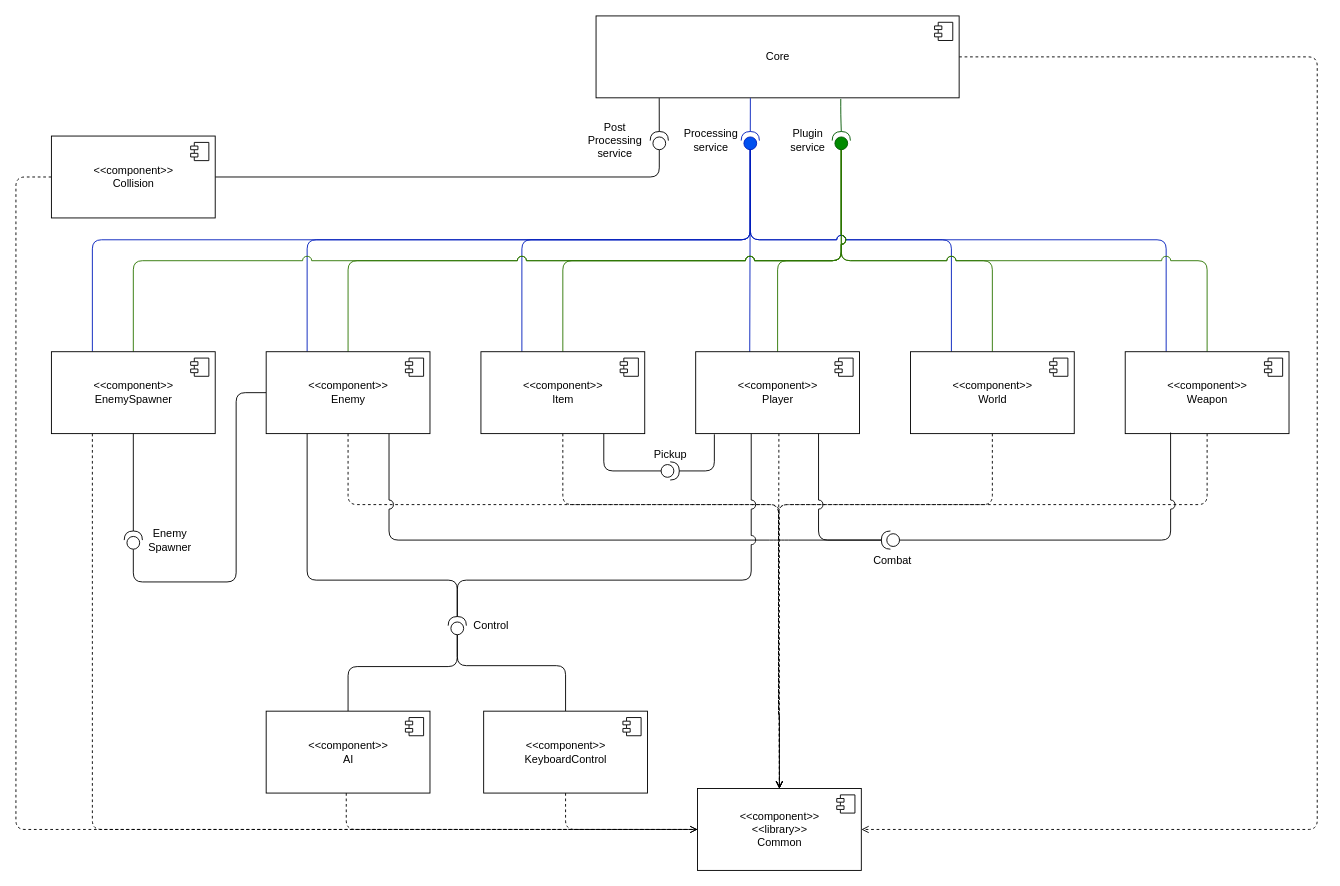
This is docs/diagrams/components.drawio from sesem4/Nelda, a draw.io file, before an edit. Source tidied: cells renumbered, new cells numbered last; positions are measured from the earlier drawing's top-left corner, leaving out a move shared by most shapes. Both pictures are drawn from the tidied source at 91%, with x=0, y=0 at pixel (15, 15).
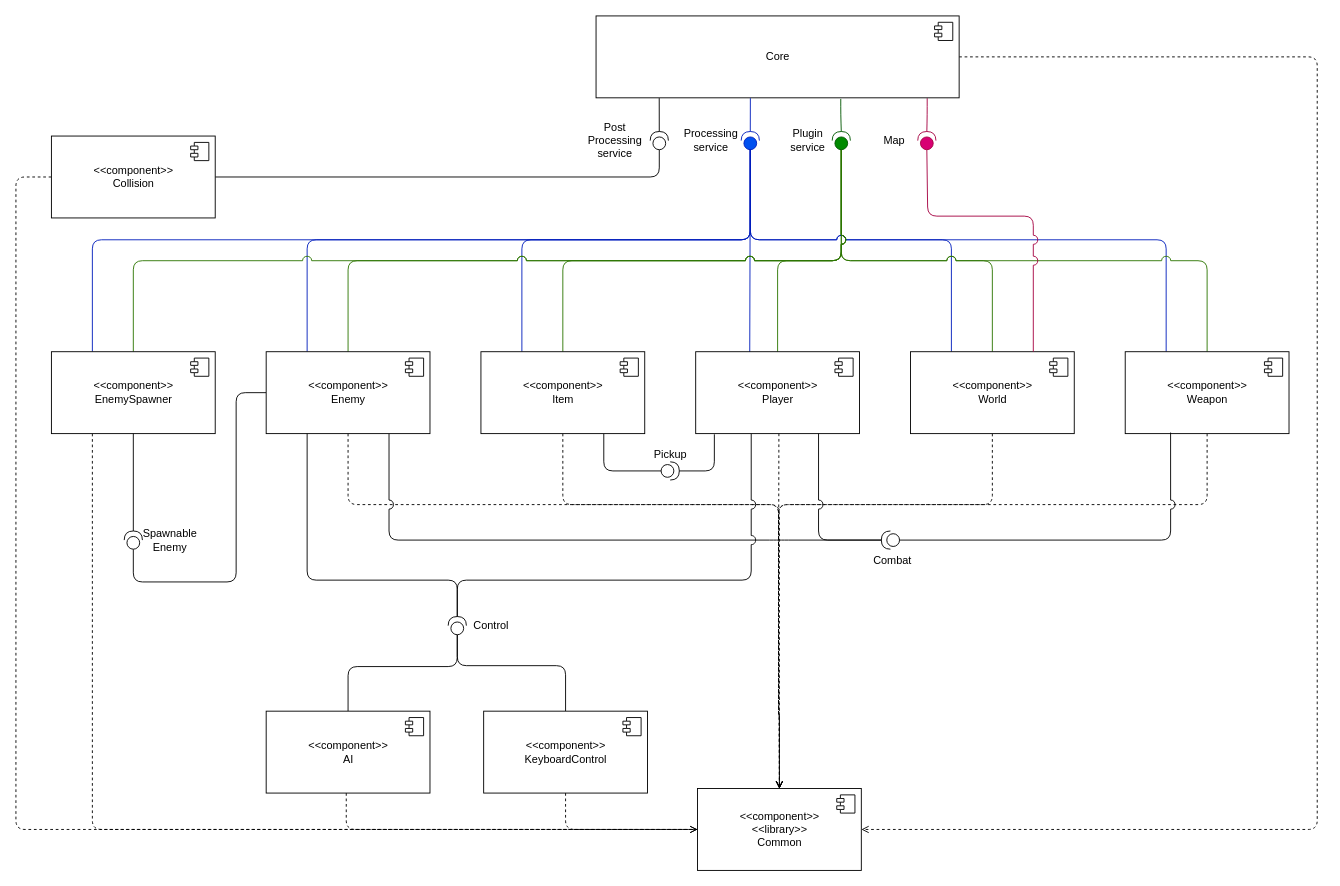
After the change.

The change refers to these unchanged cells:
```xml
<mxCell id="4" value="Core" style="html=1;" parent="1" vertex="1">
  <mxGeometry x="637.5" width="399" height="90" as="geometry" />
</mxCell>
<mxCell id="22" value="&amp;lt;&amp;lt;component&amp;gt;&amp;gt;&lt;br&gt;World" style="html=1;" parent="1" vertex="1">
  <mxGeometry x="983" y="369" width="180" height="90" as="geometry" />
</mxCell>
```

What changed in the source:
```diff
@@
+    <mxCell id="75" style="edgeStyle=orthogonalEdgeStyle;html=1;entryX=1;entryY=0.5;entryDx=0;entryDy=0;entryPerimeter=0;endArrow=none;endFill=0;exitX=0.912;exitY=1.005;exitDx=0;exitDy=0;exitPerimeter=0;fillColor=#d80073;strokeColor=#A50040;" parent="1" edge="1" source="4" target="77">
+      <mxGeometry relative="1" as="geometry" />
+    </mxCell>
@@
-    <mxCell id="67" value="Enemy Spawner" style="text;html=1;strokeColor=none;fillColor=none;align=center;verticalAlign=middle;whiteSpace=wrap;rounded=0;" parent="1" vertex="1">
+    <mxCell id="67" value="Spawnable Enemy" style="text;html=1;strokeColor=none;fillColor=none;align=center;verticalAlign=middle;whiteSpace=wrap;rounded=0;" parent="1" vertex="1">
       <mxGeometry x="129" y="553" width="81" height="46" as="geometry" />
     </mxCell>
@@
+    <mxCell id="76" style="edgeStyle=orthogonalEdgeStyle;html=1;exitX=0;exitY=0.5;exitDx=0;exitDy=0;exitPerimeter=0;entryX=0.75;entryY=0;entryDx=0;entryDy=0;endArrow=none;endFill=0;jumpSize=10;jumpStyle=arc;fillColor=#d80073;strokeColor=#A50040;" parent="1" edge="1" source="77" target="22">
+      <mxGeometry relative="1" as="geometry">
+        <Array as="points">
+          <mxPoint x="1002" y="220" />
+          <mxPoint x="1118" y="220" />
+        </Array>
+      </mxGeometry>
+    </mxCell>
+    <mxCell id="77" style="shape=providedRequiredInterface;html=1;verticalLabelPosition=bottom;rotation=-90;fillColor=#d80073;strokeColor=#A50040;fontColor=#ffffff;" parent="1" vertex="1">
+      <mxGeometry x="991" y="127" width="20" height="20" as="geometry" />
+    </mxCell>
+    <mxCell id="78" value="Map" style="text;html=1;strokeColor=none;fillColor=none;align=center;verticalAlign=middle;whiteSpace=wrap;rounded=0;" parent="1" vertex="1">
+      <mxGeometry x="939" y="117.5" width="53" height="39" as="geometry" />
+    </mxCell>
```
